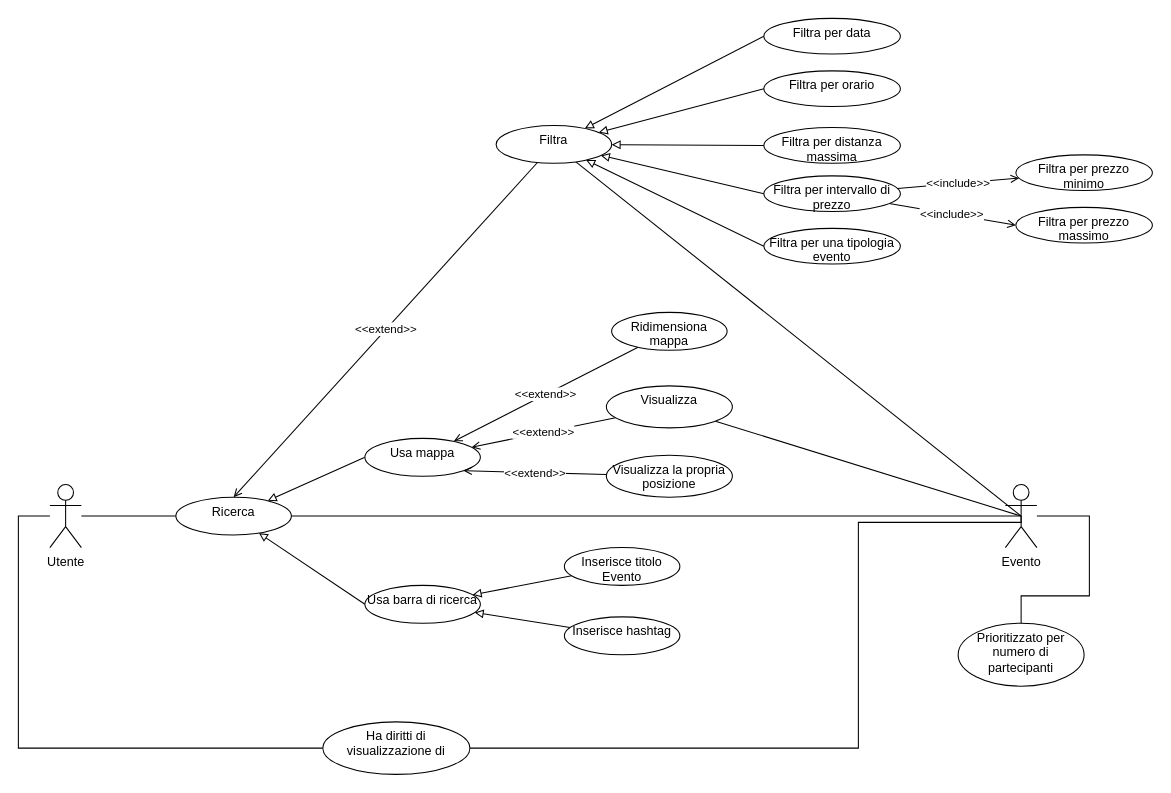
This is UseCase/RF06_Ricerca_Mappa/Ricerca_Mappa.drawio from 4spot-team/documentation, a draw.io file, before an edit. Source tidied: cells renumbered, new cells numbered last; positions are measured from the earlier drawing's top-left corner, leaving out a move shared by most shapes. Both pictures are drawn from the tidied source at 105%, with x=0, y=0 at pixel (18, 18).
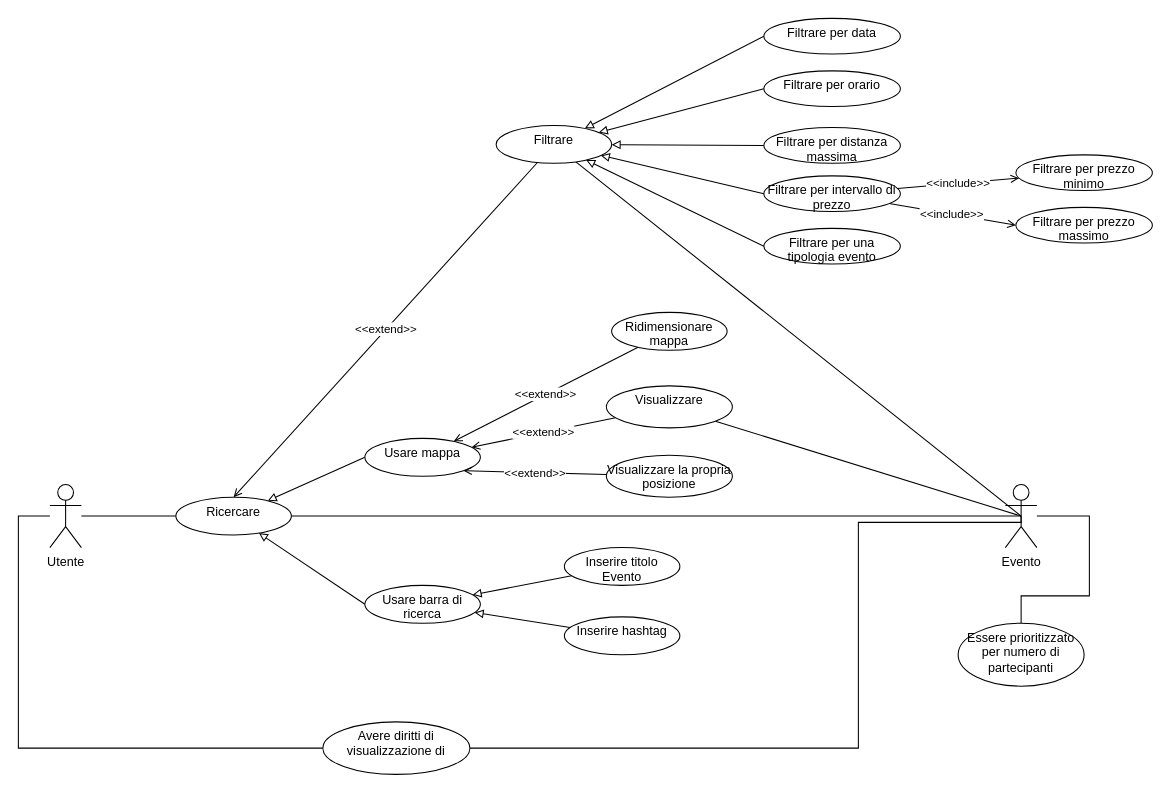
Above is the later version.

Change to the diagram source:
```diff
@@
-    <mxCell id="8" value="Ricerca" style="ellipse;whiteSpace=wrap;html=1;verticalAlign=top;" parent="1" vertex="1">
+    <mxCell id="8" value="Ricercare" style="ellipse;whiteSpace=wrap;html=1;verticalAlign=top;" parent="1" vertex="1">
       <mxGeometry x="150" y="456" width="110" height="36" as="geometry" />
     </mxCell>
@@
-    <mxCell id="12" value="Usa mappa" style="ellipse;whiteSpace=wrap;html=1;verticalAlign=top;" parent="1" vertex="1">
+    <mxCell id="12" value="Usare mappa" style="ellipse;whiteSpace=wrap;html=1;verticalAlign=top;" parent="1" vertex="1">
       <mxGeometry x="330" y="400" width="110" height="36" as="geometry" />
     </mxCell>
@@
-    <mxCell id="15" value="Usa barra di ricerca" style="ellipse;whiteSpace=wrap;html=1;verticalAlign=top;" parent="1" vertex="1">
+    <mxCell id="15" value="Usare barra di ricerca" style="ellipse;whiteSpace=wrap;html=1;verticalAlign=top;" parent="1" vertex="1">
       <mxGeometry x="330" y="540" width="110" height="36" as="geometry" />
     </mxCell>
-    <mxCell id="16" value="Ridimensiona mappa" style="ellipse;whiteSpace=wrap;html=1;verticalAlign=top;" parent="1" vertex="1">
+    <mxCell id="16" value="Ridimensionare mappa" style="ellipse;whiteSpace=wrap;html=1;verticalAlign=top;" parent="1" vertex="1">
       <mxGeometry x="565" y="280" width="110" height="36" as="geometry" />
     </mxCell>
@@
-    <mxCell id="18" value="Visualizza la propria posizione" style="ellipse;whiteSpace=wrap;html=1;verticalAlign=top;" parent="1" vertex="1">
+    <mxCell id="18" value="Visualizzare la propria posizione" style="ellipse;whiteSpace=wrap;html=1;verticalAlign=top;" parent="1" vertex="1">
       <mxGeometry x="560" y="416" width="120" height="40" as="geometry" />
     </mxCell>
@@
-    <mxCell id="21" value="Visualizza" style="ellipse;whiteSpace=wrap;html=1;verticalAlign=top;" parent="1" vertex="1">
+    <mxCell id="21" value="Visualizzare" style="ellipse;whiteSpace=wrap;html=1;verticalAlign=top;" parent="1" vertex="1">
       <mxGeometry x="560" y="350" width="120" height="40" as="geometry" />
     </mxCell>
@@
-    <mxCell id="29" value="Filtra" style="ellipse;whiteSpace=wrap;html=1;verticalAlign=top;" parent="1" vertex="1">
+    <mxCell id="29" value="Filtrare" style="ellipse;whiteSpace=wrap;html=1;verticalAlign=top;" parent="1" vertex="1">
       <mxGeometry x="455" y="102" width="110" height="36" as="geometry" />
     </mxCell>
-    <mxCell id="30" value="Filtra per data" style="ellipse;whiteSpace=wrap;html=1;verticalAlign=top;" parent="1" vertex="1">
+    <mxCell id="30" value="Filtrare per data" style="ellipse;whiteSpace=wrap;html=1;verticalAlign=top;" parent="1" vertex="1">
       <mxGeometry x="710" width="130" height="34" as="geometry" />
     </mxCell>
-    <mxCell id="31" value="Filtra per orario" style="ellipse;whiteSpace=wrap;html=1;verticalAlign=top;" parent="1" vertex="1">
+    <mxCell id="31" value="Filtrare per orario" style="ellipse;whiteSpace=wrap;html=1;verticalAlign=top;" parent="1" vertex="1">
       <mxGeometry x="710" y="50" width="130" height="34" as="geometry" />
     </mxCell>
-    <mxCell id="32" value="Filtra per distanza massima" style="ellipse;whiteSpace=wrap;html=1;verticalAlign=top;" parent="1" vertex="1">
+    <mxCell id="32" value="Filtrare per distanza massima" style="ellipse;whiteSpace=wrap;html=1;verticalAlign=top;" parent="1" vertex="1">
       <mxGeometry x="710" y="104" width="130" height="34" as="geometry" />
     </mxCell>
@@
-    <mxCell id="35" value="Filtra per intervallo di prezzo" style="ellipse;whiteSpace=wrap;html=1;verticalAlign=top;" parent="1" vertex="1">
+    <mxCell id="35" value="Filtrare per intervallo di prezzo" style="ellipse;whiteSpace=wrap;html=1;verticalAlign=top;" parent="1" vertex="1">
       <mxGeometry x="710" y="150" width="130" height="34" as="geometry" />
     </mxCell>
-    <mxCell id="36" value="Filtra per una tipologia evento" style="ellipse;whiteSpace=wrap;html=1;verticalAlign=top;" parent="1" vertex="1">
+    <mxCell id="36" value="Filtrare per una tipologia evento" style="ellipse;whiteSpace=wrap;html=1;verticalAlign=top;" parent="1" vertex="1">
       <mxGeometry x="710" y="200" width="130" height="34" as="geometry" />
     </mxCell>
-    <mxCell id="37" value="Filtra per prezzo minimo" style="ellipse;whiteSpace=wrap;html=1;verticalAlign=top;" parent="1" vertex="1">
+    <mxCell id="37" value="Filtrare per prezzo minimo" style="ellipse;whiteSpace=wrap;html=1;verticalAlign=top;" parent="1" vertex="1">
       <mxGeometry x="950" y="130" width="130" height="34" as="geometry" />
     </mxCell>
-    <mxCell id="38" value="Filtra per prezzo massimo" style="ellipse;whiteSpace=wrap;html=1;verticalAlign=top;" parent="1" vertex="1">
+    <mxCell id="38" value="Filtrare per prezzo massimo" style="ellipse;whiteSpace=wrap;html=1;verticalAlign=top;" parent="1" vertex="1">
       <mxGeometry x="950" y="180" width="130" height="34" as="geometry" />
     </mxCell>
-    <mxCell id="39" value="Inserisce titolo Evento" style="ellipse;whiteSpace=wrap;html=1;verticalAlign=top;" parent="1" vertex="1">
+    <mxCell id="39" value="Inserire titolo Evento" style="ellipse;whiteSpace=wrap;html=1;verticalAlign=top;" parent="1" vertex="1">
       <mxGeometry x="520" y="504" width="110" height="36" as="geometry" />
     </mxCell>
-    <mxCell id="40" value="Inserisce hashtag" style="ellipse;whiteSpace=wrap;html=1;verticalAlign=top;" parent="1" vertex="1">
+    <mxCell id="40" value="Inserire hashtag" style="ellipse;whiteSpace=wrap;html=1;verticalAlign=top;" parent="1" vertex="1">
       <mxGeometry x="520" y="570" width="110" height="36" as="geometry" />
     </mxCell>
-    <mxCell id="41" value="Prioritizzato per numero di partecipanti" style="ellipse;whiteSpace=wrap;html=1;verticalAlign=top;fontColor=none;" parent="1" vertex="1">
+    <mxCell id="41" value="Essere prioritizzato per numero di partecipanti" style="ellipse;whiteSpace=wrap;html=1;verticalAlign=top;fontColor=none;" parent="1" vertex="1">
       <mxGeometry x="895" y="576" width="120" height="60" as="geometry" />
     </mxCell>
@@
-    <mxCell id="43" value="Ha diritti di visualizzazione di" style="ellipse;whiteSpace=wrap;html=1;verticalAlign=top;" parent="1" vertex="1">
+    <mxCell id="43" value="Avere diritti di visualizzazione di" style="ellipse;whiteSpace=wrap;html=1;verticalAlign=top;" parent="1" vertex="1">
       <mxGeometry x="290" y="670" width="140" height="50" as="geometry" />
     </mxCell>
```
